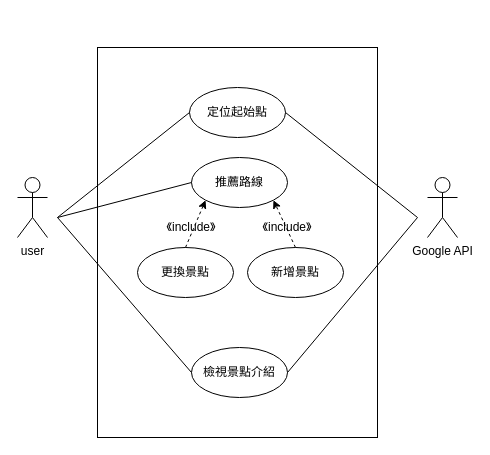
The draw.io diagram page "UseCase" (1 of 6) of UseCaseDiagram.drawio in Niomoo/PeteBudaeJjigae, before the edit. Source tidied: cells renumbered, new cells numbered last; positions are measured from the earlier drawing's top-left corner, leaving out a move shared by most shapes. Both pictures are drawn from the tidied source at 100%, with x=0, y=0 at pixel (17, 47).
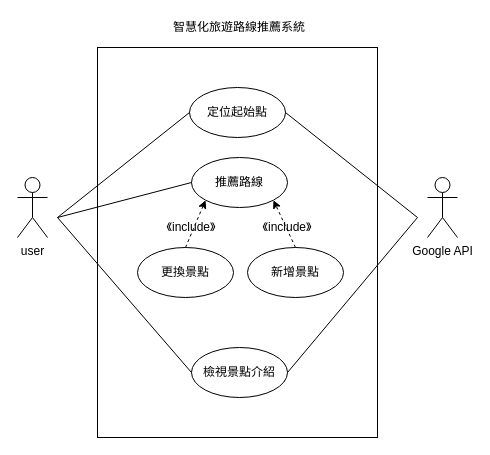
After the change.

Commit message:
Update System Architecture

Diff of the diagram source:
```diff
@@
+    <mxCell id="19" value="智慧化旅遊路線推薦系統" style="text;html=1;strokeColor=none;fillColor=none;align=center;verticalAlign=middle;whiteSpace=wrap;rounded=0;" parent="1" vertex="1">
+      <mxGeometry x="151" y="-30" width="142" height="20" as="geometry" />
+    </mxCell>
```
